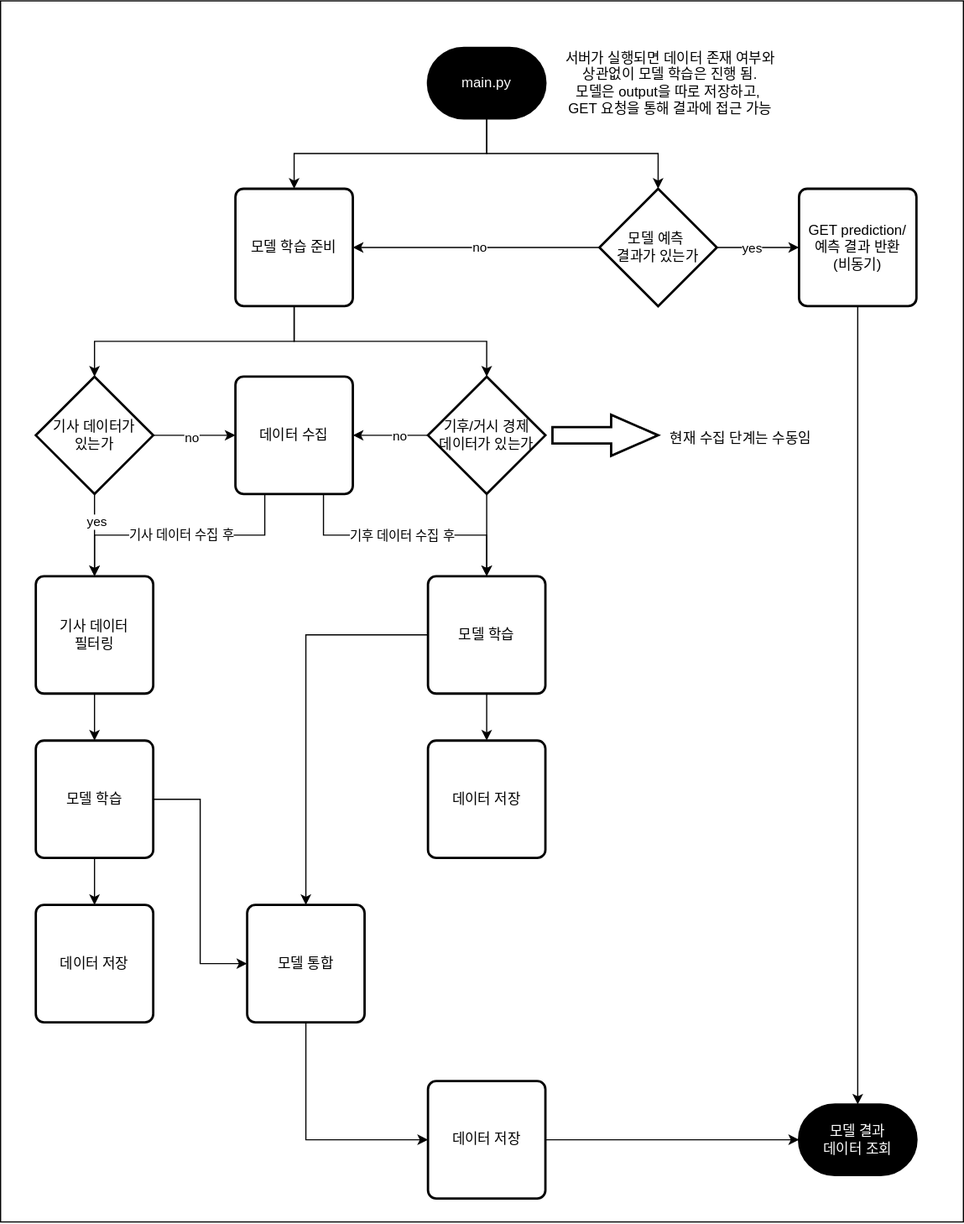
This is docs/server-flowchart.drawio.svg from MJU-Capstone-2025/model-server, a draw.io export, as it was before one commit. Source tidied: cells renumbered, new cells last; positions are measured from the earlier drawing's top-left corner, leaving out a move shared by most shapes.
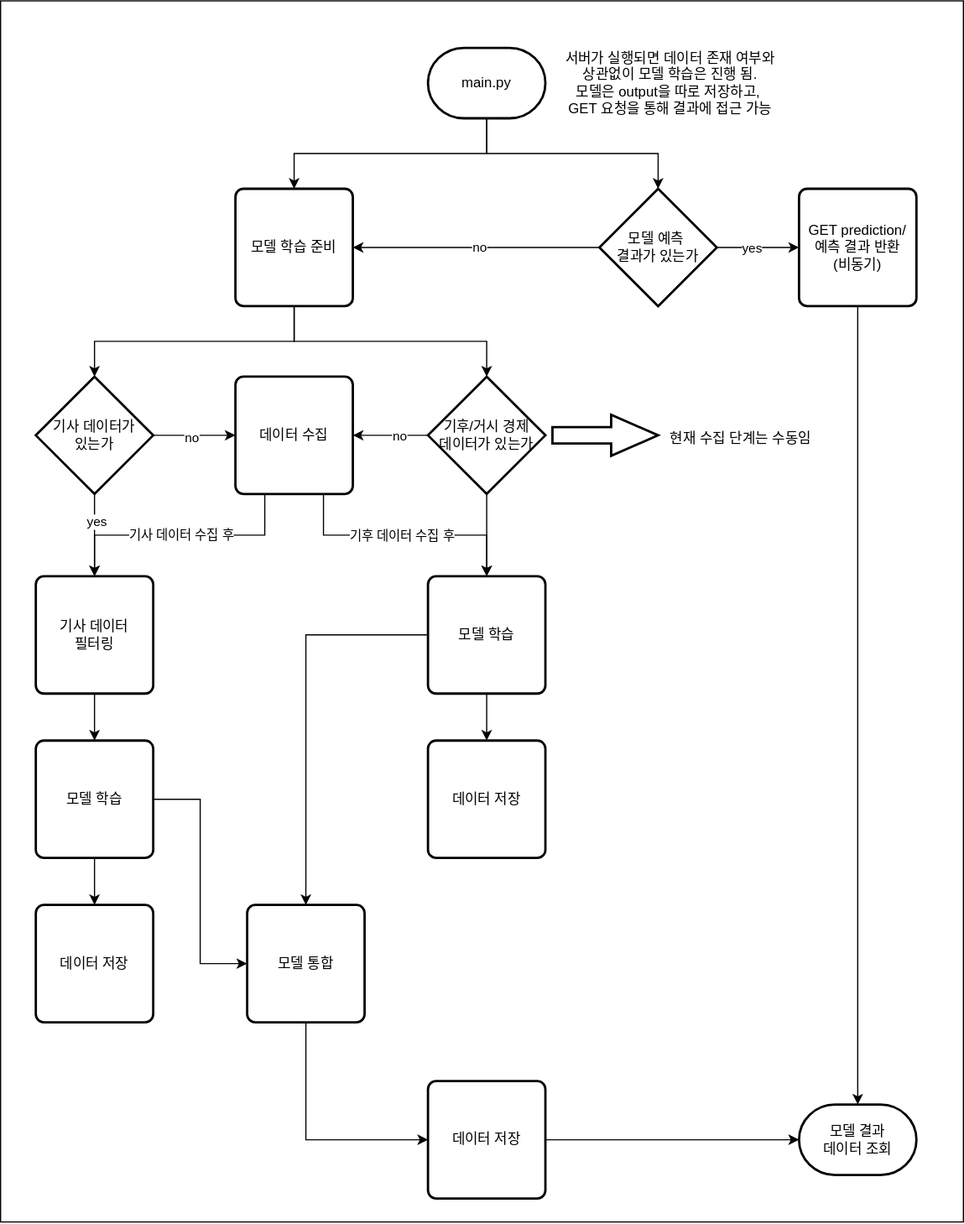
The same file after the commit.

Commit message:
DOCS: 문서 디자인 수정

Change to the diagram source:
```diff
@@ -11,7 +11,7 @@
     <mxCell id="4" style="edgeStyle=orthogonalEdgeStyle;rounded=0;jettySize=auto;html=1;exitX=0.5;exitY=1;exitDx=0;exitDy=0;exitPerimeter=0;entryX=0.5;entryY=0;entryDx=0;entryDy=0;" parent="1" edge="1" source="5" target="39">
       <mxGeometry relative="1" as="geometry" />
     </mxCell>
-    <mxCell id="5" value="main.py" style="strokeWidth=2;html=1;shape=mxgraph.flowchart.terminator;whiteSpace=wrap;gradientColor=none;fillColor=#000000;fontColor=light-dark(#ffffff, #ededed);" parent="1" vertex="1">
+    <mxCell id="5" value="main.py" style="strokeWidth=2;html=1;shape=mxgraph.flowchart.terminator;whiteSpace=wrap;" parent="1" vertex="1">
       <mxGeometry x="364" y="40" width="100" height="60" as="geometry" />
     </mxCell>
     <mxCell id="6" value="GET prediction/&lt;div&gt;예측 결과 반환&lt;/div&gt;&lt;div&gt;(비동기)&lt;/div&gt;" style="rounded=1;whiteSpace=wrap;html=1;absoluteArcSize=1;arcSize=14;strokeWidth=2;" parent="1" vertex="1">
@@ -137,7 +137,7 @@
     <mxCell id="44" value="현재 수집 단계는 수동임" style="text;html=1;align=center;verticalAlign=middle;strokeColor=none;fillColor=none;" parent="1" vertex="1">
       <mxGeometry x="560" y="357.5" width="140" height="30" as="geometry" />
     </mxCell>
-    <mxCell id="45" value="모델 결과&lt;div&gt;데이터 조회&lt;/div&gt;" style="strokeWidth=2;html=1;shape=mxgraph.flowchart.terminator;whiteSpace=wrap;gradientColor=none;fillColor=#000000;fontColor=light-dark(#ffffff, #ededed);" parent="1" vertex="1">
+    <mxCell id="45" value="모델 결과&lt;div&gt;데이터 조회&lt;/div&gt;" style="strokeWidth=2;html=1;shape=mxgraph.flowchart.terminator;whiteSpace=wrap;" parent="1" vertex="1">
       <mxGeometry x="680" y="940" width="100" height="60" as="geometry" />
     </mxCell>
     <mxCell id="46" style="edgeStyle=orthogonalEdgeStyle;rounded=0;jettySize=auto;html=1;exitX=0.5;exitY=1;exitDx=0;exitDy=0;entryX=0.5;entryY=0;entryDx=0;entryDy=0;entryPerimeter=0;" parent="1" edge="1" source="6" target="45">
```
